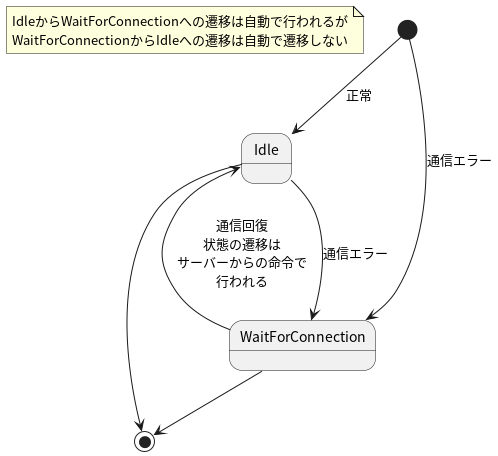
Before: doc/uml/out/state_machine/rat/sub_state_idle/sub_state_idle.png, a diagram exported from PlantUML (yudai0804/cat-gpt).
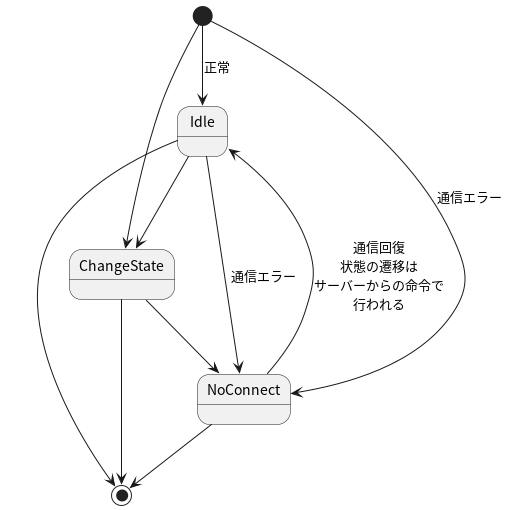
The same diagram one commit later.

The edit, as a diff of the source:
```diff
@@ -1,12 +1,14 @@
 @startuml
 
-note "IdleからWaitForConnectionへの遷移は自動で行われるが\nWaitForConnectionからIdleへの遷移は自動で遷移しない" as N1
-
 [*] --> Idle : 正常
-[*] --> WaitForConnection : 通信エラー
-Idle --> WaitForConnection : 通信エラー
-WaitForConnection --> Idle : 通信回復\n状態の遷移は\nサーバーからの命令で\n行われる
+[*] --> ChangeState
+Idle --> ChangeState
+ChangeState --> NoConnect
+[*] --> NoConnect : 通信エラー
+Idle --> NoConnect : 通信エラー
+NoConnect --> Idle : 通信回復\n状態の遷移は\nサーバーからの命令で\n行われる
+ChangeState --> [*]
 Idle --> [*]
-WaitForConnection --> [*]
+NoConnect --> [*]
 
 @enduml
```
